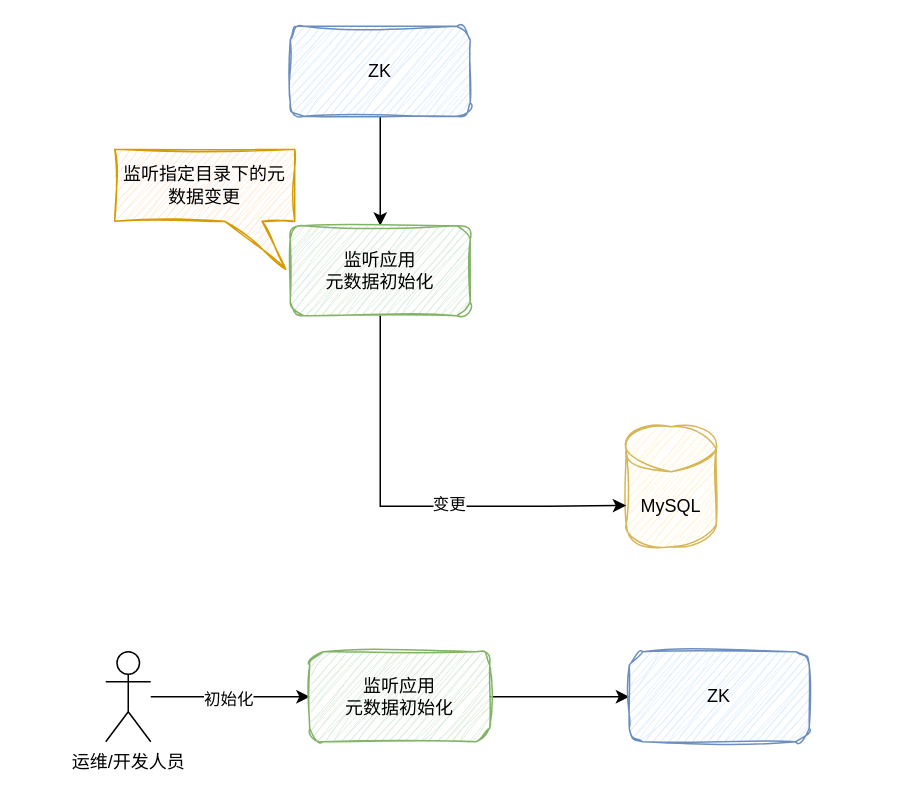
The draw.io diagram pulsar元数据持久化.drawio in onceMisery/draw, before the edit. Source tidied: cells renumbered, new cells numbered last; positions are measured from the earlier drawing's top-left corner, leaving out a move shared by most shapes. Both pictures are drawn from the tidied source at 150%, with x=0, y=0 at pixel (105, 26).
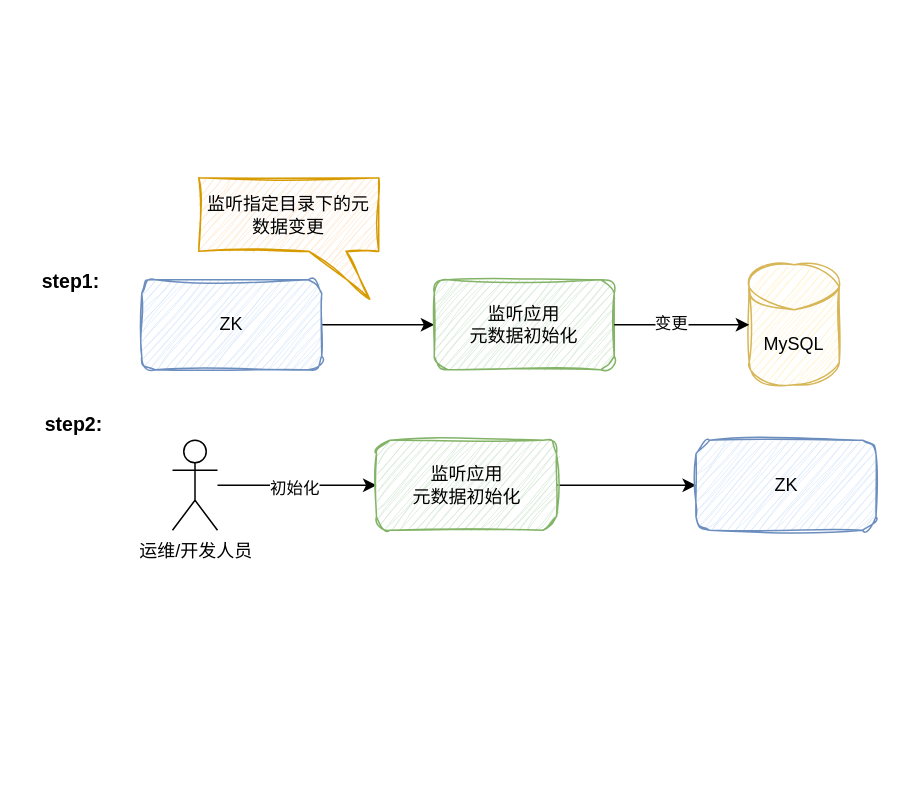
After the change.

Commit message:
更新pulsar元数据持久化.drawio

Diff of the diagram source:
```diff
@@
 <mxGraphModel>
   <root>
     <mxCell id="0" />
     <mxCell id="1" parent="0" />
-    <mxCell id="2" style="edgeStyle=orthogonalEdgeStyle;rounded=0;jettySize=auto;html=1;exitX=0.5;exitY=1;exitDx=0;exitDy=0;" parent="1" edge="1" source="3" target="4">
+    <mxCell id="2" style="edgeStyle=orthogonalEdgeStyle;rounded=0;jettySize=auto;html=1;entryX=0;entryY=0.5;entryDx=0;entryDy=0;" parent="1" edge="1" source="3" target="4">
       <mxGeometry relative="1" as="geometry" />
     </mxCell>
     <mxCell id="3" value="ZK" style="rounded=1;whiteSpace=wrap;html=1;sketch=1;curveFitting=1;jiggle=2;shadow=0;textShadow=0;fillColor=#dae8fc;strokeColor=#6c8ebf;glass=0;" parent="1" vertex="1">
-      <mxGeometry x="123" width="120" height="60" as="geometry" />
+      <mxGeometry x="24" y="169" width="120" height="60" as="geometry" />
     </mxCell>
     <mxCell id="4" value="监听应用&lt;div&gt;元数据初始化&lt;/div&gt;" style="rounded=1;whiteSpace=wrap;html=1;fillColor=#d5e8d4;strokeColor=#82b366;sketch=1;curveFitting=1;jiggle=2;" parent="1" vertex="1">
-      <mxGeometry x="123" y="133" width="120" height="60" as="geometry" />
+      <mxGeometry x="219" y="169" width="120" height="60" as="geometry" />
     </mxCell>
     <mxCell id="5" value="MySQL" style="shape=cylinder3;whiteSpace=wrap;html=1;boundedLbl=1;backgroundOutline=1;size=15;fillColor=#fff2cc;strokeColor=#d6b656;shadow=0;textShadow=0;sketch=1;curveFitting=1;jiggle=2;" parent="1" vertex="1">
-      <mxGeometry x="347" y="267" width="60" height="80" as="geometry" />
+      <mxGeometry x="429" y="159" width="60" height="80" as="geometry" />
     </mxCell>
-    <mxCell id="6" style="edgeStyle=orthogonalEdgeStyle;rounded=0;jettySize=auto;html=1;entryX=0;entryY=0;entryDx=0;entryDy=52.5;entryPerimeter=0;" parent="1" edge="1" source="4" target="5">
-      <mxGeometry relative="1" as="geometry">
-        <Array as="points">
-          <mxPoint x="183" y="320" />
-          <mxPoint x="295" y="320" />
-        </Array>
-      </mxGeometry>
-    </mxCell>
-    <mxCell id="7" value="变更" style="edgeLabel;html=1;align=center;verticalAlign=middle;" parent="6" vertex="1">
-      <mxGeometry x="0.18" y="2" relative="1" as="geometry" />
-    </mxCell>
     <mxCell id="8" value="监听指定目录下的元数据变更" style="shape=callout;whiteSpace=wrap;html=1;perimeter=calloutPerimeter;sketch=1;curveFitting=1;jiggle=2;fillColor=#ffe6cc;strokeColor=#d79b00;rotation=0;base=25;size=32;position=0.61;position2=0.95;" parent="1" vertex="1">
-      <mxGeometry x="6" y="82" width="120" height="80" as="geometry" />
+      <mxGeometry x="62" y="101" width="120" height="81" as="geometry" />
     </mxCell>
     <mxCell id="9" style="edgeStyle=orthogonalEdgeStyle;rounded=0;jettySize=auto;html=1;entryX=0;entryY=0.5;entryDx=0;entryDy=0;" parent="1" edge="1" source="11" target="13">
       <mxGeometry relative="1" as="geometry" />
     </mxCell>
     <mxCell id="10" value="初始化" style="edgeLabel;html=1;align=center;verticalAlign=middle;" parent="9" vertex="1">
       <mxGeometry x="-0.03" y="-1" relative="1" as="geometry" />
     </mxCell>
     <mxCell id="11" value="运维/开发人员" style="shape=umlActor;verticalLabelPosition=bottom;verticalAlign=top;html=1;outlineConnect=0;" parent="1" vertex="1">
-      <mxGeometry y="417" width="30" height="60" as="geometry" />
+      <mxGeometry x="44.5" y="276" width="30" height="60" as="geometry" />
     </mxCell>
     <mxCell id="12" style="edgeStyle=orthogonalEdgeStyle;rounded=0;jettySize=auto;html=1;entryX=0;entryY=0.5;entryDx=0;entryDy=0;" parent="1" edge="1" source="13" target="14">
       <mxGeometry relative="1" as="geometry" />
     </mxCell>
     <mxCell id="13" value="监听应用&lt;div&gt;元数据初始化&lt;/div&gt;" style="rounded=1;whiteSpace=wrap;html=1;fillColor=#d5e8d4;strokeColor=#82b366;sketch=1;curveFitting=1;jiggle=2;" parent="1" vertex="1">
-      <mxGeometry x="136" y="417" width="120" height="60" as="geometry" />
+      <mxGeometry x="180.5" y="276" width="120" height="60" as="geometry" />
     </mxCell>
     <mxCell id="14" value="ZK" style="rounded=1;whiteSpace=wrap;html=1;sketch=1;curveFitting=1;jiggle=2;shadow=0;textShadow=0;fillColor=#dae8fc;strokeColor=#6c8ebf;glass=0;" parent="1" vertex="1">
-      <mxGeometry x="349" y="417" width="120" height="60" as="geometry" />
+      <mxGeometry x="393.5" y="276" width="120" height="60" as="geometry" />
     </mxCell>
+    <mxCell id="6" style="edgeStyle=orthogonalEdgeStyle;rounded=0;jettySize=auto;html=1;entryX=0;entryY=0.5;entryDx=0;entryDy=0;entryPerimeter=0;" parent="1" edge="1" source="4" target="5">
+      <mxGeometry relative="1" as="geometry" />
+    </mxCell>
+    <mxCell id="7" value="变更" style="edgeLabel;html=1;align=center;verticalAlign=middle;" parent="6" vertex="1">
+      <mxGeometry x="-0.17" y="2" relative="1" as="geometry" />
+    </mxCell>
+    <mxCell id="15" value="step1:" style="text;html=1;align=center;verticalAlign=middle;whiteSpace=wrap;rounded=0;fontSize=13;fontStyle=1;" parent="1" vertex="1">
+      <mxGeometry x="-53" y="155" width="60" height="30" as="geometry" />
+    </mxCell>
+    <mxCell id="16" value="step2:" style="text;html=1;align=center;verticalAlign=middle;whiteSpace=wrap;rounded=0;fontSize=13;fontStyle=1;" parent="1" vertex="1">
+      <mxGeometry x="-51" y="250" width="60" height="30" as="geometry" />
+    </mxCell>
   </root>
 </mxGraphModel>
```
